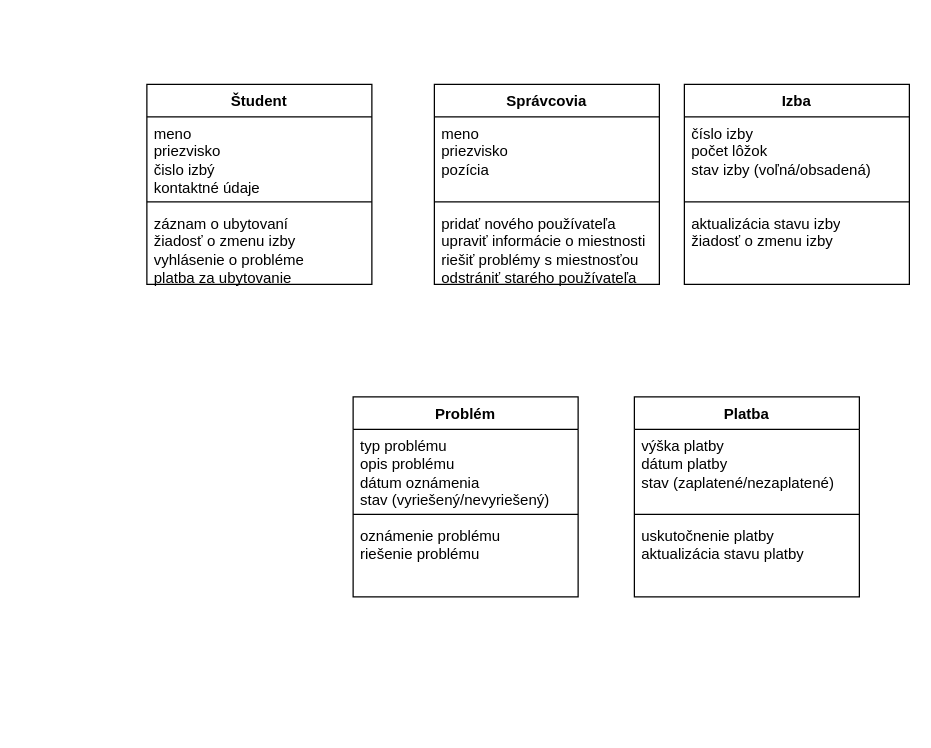
rootofpower/konceptmodel keeps this draw.io diagram as Untitled Diagram.drawio. Above is the earlier version. Source tidied: cells renumbered, new cells numbered last; positions are measured from the earlier drawing's top-left corner, leaving out a move shared by most shapes. Both pictures are drawn from the tidied source at 125%, with x=0, y=0 at pixel (146, 84).
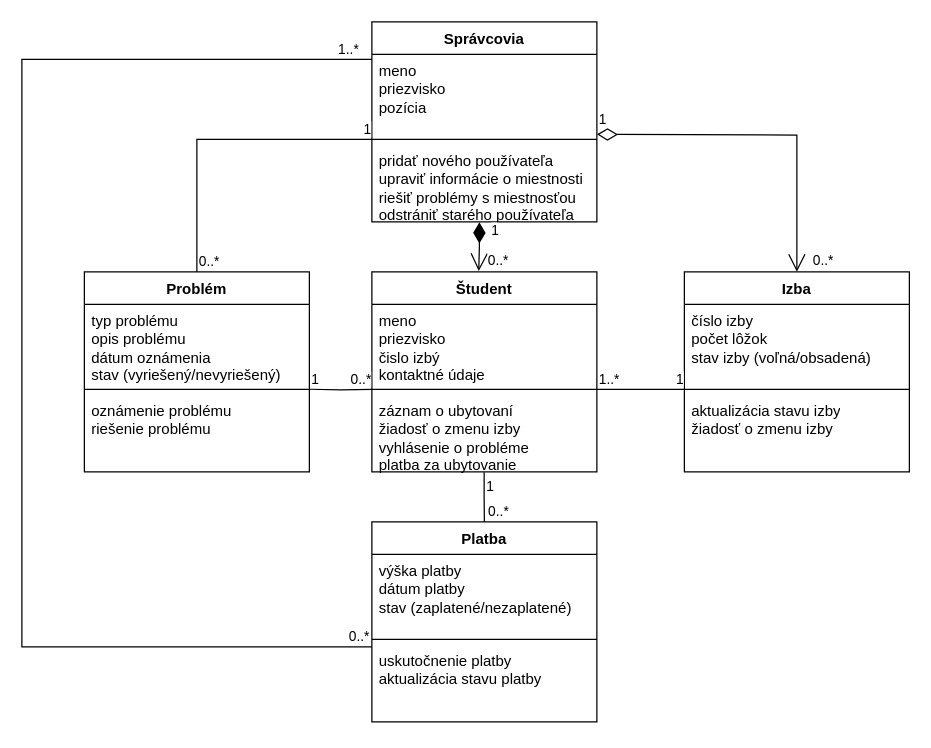
After the change.

The change refers to these unchanged cells:
```xml
<mxCell id="4" style="line;strokeWidth=1;fillColor=none;align=left;verticalAlign=middle;spacingTop=-1;spacingLeft=3;spacingRight=3;labelPosition=right;points=[];portConstraint=eastwest;strokeColor=inherit;" parent="2" vertex="1">
  <mxGeometry y="90" width="180" height="8" as="geometry" />
</mxCell>
<mxCell id="5" value="pridať nového používateľa&lt;br&gt;upraviť informácie o miestnosti&lt;br&gt;riešiť problémy s miestnosťou&lt;br&gt;odstrániť starého používateľa&lt;div&gt;&lt;br/&gt;&lt;/div&gt;" style="text;strokeColor=none;fillColor=none;align=left;verticalAlign=top;spacingLeft=4;spacingRight=4;overflow=hidden;points=[[0,0.5],[1,0.5]];portConstraint=eastwest;whiteSpace=wrap;html=1;" parent="2" vertex="1">
  <mxGeometry y="98" width="180" height="62" as="geometry" />
</mxCell>
<mxCell id="8" style="line;strokeWidth=1;fillColor=none;align=left;verticalAlign=middle;spacingTop=-1;spacingLeft=3;spacingRight=3;labelPosition=right;points=[];portConstraint=eastwest;strokeColor=inherit;" parent="6" vertex="1">
  <mxGeometry y="90" width="180" height="8" as="geometry" />
</mxCell>
<mxCell id="9" value="záznam o ubytovaní&lt;br&gt;žiadosť o zmenu izby&lt;br&gt;vyhlásenie o probléme&lt;br&gt;platba za ubytovanie" style="text;strokeColor=none;fillColor=none;align=left;verticalAlign=top;spacingLeft=4;spacingRight=4;overflow=hidden;points=[[0,0.5],[1,0.5]];portConstraint=eastwest;whiteSpace=wrap;html=1;" parent="6" vertex="1">
  <mxGeometry y="98" width="180" height="62" as="geometry" />
</mxCell>
```

Diff of the diagram source:
```diff
@@
     <mxCell id="2" value="Správcovia" style="swimlane;fontStyle=1;align=center;verticalAlign=top;horizontal=1;startSize=26;whiteSpace=wrap;html=1;" parent="1" vertex="1">
-      <mxGeometry x="230" width="180" height="160" as="geometry" />
+      <mxGeometry x="180" y="-50" width="180" height="160" as="geometry" />
     </mxCell>
@@
     <mxCell id="6" value="Študent" style="swimlane;fontStyle=1;align=center;verticalAlign=top;horizontal=1;startSize=26;whiteSpace=wrap;html=1;" parent="1" vertex="1">
-      <mxGeometry width="180" height="160" as="geometry" />
+      <mxGeometry x="180" y="150" width="180" height="160" as="geometry" />
     </mxCell>
@@
     <mxCell id="10" value="Izba" style="swimlane;fontStyle=1;align=center;verticalAlign=top;horizontal=1;startSize=26;whiteSpace=wrap;html=1;" parent="1" vertex="1">
-      <mxGeometry x="430" width="180" height="160" as="geometry" />
+      <mxGeometry x="430" y="150" width="180" height="160" as="geometry" />
     </mxCell>
@@
     <mxCell id="14" value="Problém" style="swimlane;fontStyle=1;align=center;verticalAlign=top;horizontal=1;startSize=26;whiteSpace=wrap;html=1;" parent="1" vertex="1">
-      <mxGeometry x="165" y="250" width="180" height="160" as="geometry" />
+      <mxGeometry x="-50" y="150" width="180" height="160" as="geometry" />
     </mxCell>
@@
     <mxCell id="18" value="Platba" style="swimlane;fontStyle=1;align=center;verticalAlign=top;horizontal=1;startSize=26;whiteSpace=wrap;html=1;" parent="1" vertex="1">
-      <mxGeometry x="390" y="250" width="180" height="160" as="geometry" />
+      <mxGeometry x="180" y="350" width="180" height="160" as="geometry" />
     </mxCell>
@@
+    <mxCell id="22" style="endArrow=none;html=1;edgeStyle=orthogonalEdgeStyle;rounded=0;exitX=1;exitY=0.5;exitDx=0;exitDy=0;exitPerimeter=0;" parent="1" edge="1" source="8">
+      <mxGeometry relative="1" as="geometry">
+        <mxPoint x="430" y="244" as="targetPoint" />
+        <Array as="points">
+          <mxPoint x="380" y="244" />
+          <mxPoint x="380" y="244" />
+        </Array>
+      </mxGeometry>
+    </mxCell>
+    <mxCell id="23" value="1..*" style="edgeLabel;html=1;align=left;verticalAlign=bottom;" parent="22" vertex="1">
+      <mxGeometry x="-1" relative="1" as="geometry" />
+    </mxCell>
+    <mxCell id="24" value="1" style="edgeLabel;html=1;align=right;verticalAlign=bottom;" parent="22" vertex="1">
+      <mxGeometry x="1" relative="1" as="geometry" />
+    </mxCell>
+    <mxCell id="25" style="endArrow=none;html=1;edgeStyle=orthogonalEdgeStyle;rounded=0;exitX=0.499;exitY=1.005;exitDx=0;exitDy=0;exitPerimeter=0;entryX=0.5;entryY=0;entryDx=0;entryDy=0;" parent="1" edge="1" source="9" target="18">
+      <mxGeometry relative="1" as="geometry" />
+    </mxCell>
+    <mxCell id="26" value="1" style="edgeLabel;html=1;align=left;verticalAlign=bottom;" parent="25" vertex="1">
+      <mxGeometry x="-1" relative="1" as="geometry">
+        <mxPoint y="20" as="offset" />
+      </mxGeometry>
+    </mxCell>
+    <mxCell id="27" value="0..*" style="edgeLabel;html=1;align=right;verticalAlign=bottom;" parent="25" vertex="1">
+      <mxGeometry x="1" relative="1" as="geometry">
+        <mxPoint x="20" as="offset" />
+      </mxGeometry>
+    </mxCell>
+    <mxCell id="28" style="endArrow=none;html=1;edgeStyle=orthogonalEdgeStyle;rounded=0;" parent="1" edge="1">
+      <mxGeometry relative="1" as="geometry">
+        <mxPoint x="130" y="243.9" as="sourcePoint" />
+        <mxPoint x="180" y="244" as="targetPoint" />
+      </mxGeometry>
+    </mxCell>
+    <mxCell id="29" value="1" style="edgeLabel;html=1;align=left;verticalAlign=bottom;" parent="28" vertex="1">
+      <mxGeometry x="-1" relative="1" as="geometry" />
+    </mxCell>
+    <mxCell id="30" value="0..*" style="edgeLabel;html=1;align=right;verticalAlign=bottom;" parent="28" vertex="1">
+      <mxGeometry x="1" relative="1" as="geometry" />
+    </mxCell>
+    <mxCell id="31" value="1" style="endArrow=open;html=1;endSize=12;startArrow=diamondThin;startSize=14;startFill=0;edgeStyle=orthogonalEdgeStyle;align=left;verticalAlign=bottom;rounded=0;entryX=0.5;entryY=0;entryDx=0;entryDy=0;" parent="1" edge="1" target="10">
+      <mxGeometry x="-1" y="3" relative="1" as="geometry">
+        <mxPoint x="360" y="40" as="sourcePoint" />
+      </mxGeometry>
+    </mxCell>
+    <mxCell id="32" value="0..*" style="edgeLabel;html=1;align=center;verticalAlign=middle;" parent="31" vertex="1">
+      <mxGeometry x="0.89" y="2" relative="1" as="geometry">
+        <mxPoint x="18" y="5" as="offset" />
+      </mxGeometry>
+    </mxCell>
+    <mxCell id="33" value="1" style="endArrow=open;html=1;endSize=12;startArrow=diamondThin;startSize=14;startFill=1;edgeStyle=orthogonalEdgeStyle;align=left;verticalAlign=bottom;rounded=0;entryX=0.475;entryY=-0.004;entryDx=0;entryDy=0;exitX=0.478;exitY=1.005;exitDx=0;exitDy=0;exitPerimeter=0;entryPerimeter=0;" parent="1" edge="1" source="5" target="6">
+      <mxGeometry y="4" relative="1" as="geometry">
+        <mxPoint x="4" y="-4" as="offset" />
+      </mxGeometry>
+    </mxCell>
+    <mxCell id="34" value="0..*" style="edgeLabel;html=1;align=center;verticalAlign=middle;" parent="33" vertex="1">
+      <mxGeometry x="0.58" y="-2" relative="1" as="geometry">
+        <mxPoint x="17" as="offset" />
+      </mxGeometry>
+    </mxCell>
+    <mxCell id="35" style="endArrow=none;html=1;edgeStyle=orthogonalEdgeStyle;rounded=0;exitX=0.5;exitY=0;exitDx=0;exitDy=0;" parent="1" edge="1" source="14" target="4">
+      <mxGeometry relative="1" as="geometry" />
+    </mxCell>
+    <mxCell id="36" value="0..*" style="edgeLabel;html=1;align=left;verticalAlign=bottom;" parent="35" vertex="1">
+      <mxGeometry x="-1" relative="1" as="geometry" />
+    </mxCell>
+    <mxCell id="37" value="1" style="edgeLabel;html=1;align=right;verticalAlign=bottom;" parent="35" vertex="1">
+      <mxGeometry x="1" relative="1" as="geometry" />
+    </mxCell>
+    <mxCell id="38" style="endArrow=none;html=1;edgeStyle=orthogonalEdgeStyle;rounded=0;" parent="1" edge="1">
+      <mxGeometry relative="1" as="geometry">
+        <mxPoint x="180" y="450" as="sourcePoint" />
+        <mxPoint x="180" y="-20" as="targetPoint" />
+        <Array as="points">
+          <mxPoint x="180" y="450" />
+          <mxPoint x="-100" y="450" />
+          <mxPoint x="-100" y="-20" />
+        </Array>
+      </mxGeometry>
+    </mxCell>
+    <mxCell id="39" value="0..*" style="edgeLabel;html=1;align=left;verticalAlign=bottom;" parent="38" vertex="1">
+      <mxGeometry x="-1" relative="1" as="geometry">
+        <mxPoint x="-20" as="offset" />
+      </mxGeometry>
+    </mxCell>
+    <mxCell id="40" value="1..*" style="edgeLabel;html=1;align=right;verticalAlign=bottom;" parent="38" vertex="1">
+      <mxGeometry x="1" relative="1" as="geometry">
+        <mxPoint x="-10" as="offset" />
+      </mxGeometry>
+    </mxCell>
```
